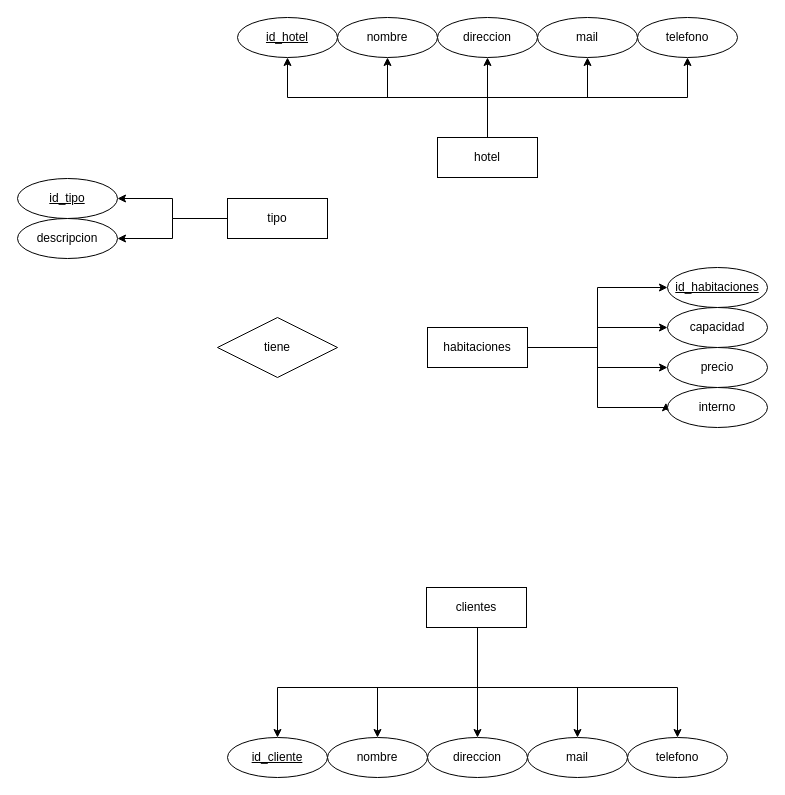
The draw.io diagram page "8" (8 of 11) of Diagrama sin título.drawio in Gerardo-Rioss/informatorio, before the edit. Source tidied: cells renumbered, new cells numbered last; positions are measured from the earlier drawing's top-left corner, leaving out a move shared by most shapes. Both pictures are drawn from the tidied source at 100%, with x=0, y=0 at pixel (17, 17).
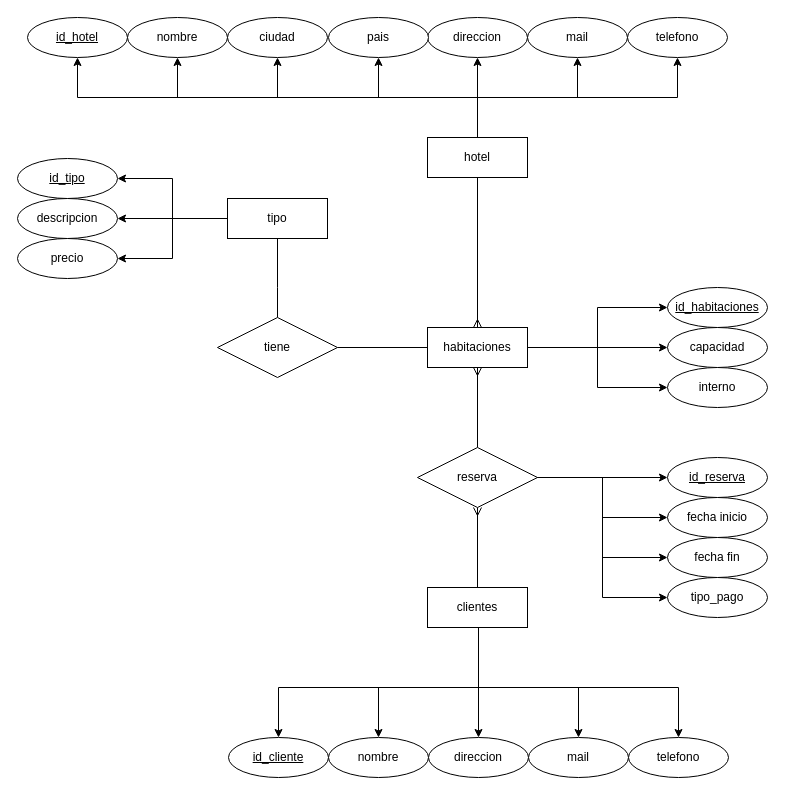
The same diagram, later.

The change refers to these unchanged cells:
```xml
<mxCell id="12" value="habitaciones" style="whiteSpace=wrap;html=1;align=center;" parent="1" vertex="1">
  <mxGeometry x="410" y="310" width="100" height="40" as="geometry" />
</mxCell>
<mxCell id="15" value="tipo" style="whiteSpace=wrap;html=1;align=center;" parent="1" vertex="1">
  <mxGeometry x="210" y="181" width="100" height="40" as="geometry" />
</mxCell>
<mxCell id="38" value="tiene" style="shape=rhombus;perimeter=rhombusPerimeter;whiteSpace=wrap;html=1;align=center;" parent="1" vertex="1">
  <mxGeometry x="200" y="300" width="120" height="60" as="geometry" />
</mxCell>
```

Diff of the diagram source:
```diff
@@
-    <mxCell id="2" style="edgeStyle=orthogonalEdgeStyle;rounded=0;jettySize=auto;html=1;entryX=0.5;entryY=1;entryDx=0;entryDy=0;" parent="1" edge="1" source="7" target="22">
-      <mxGeometry relative="1" as="geometry">
-        <Array as="points">
-          <mxPoint x="470" y="80" />
-          <mxPoint x="270" y="80" />
-        </Array>
-      </mxGeometry>
-    </mxCell>
     <mxCell id="3" style="edgeStyle=orthogonalEdgeStyle;rounded=0;jettySize=auto;html=1;entryX=0.5;entryY=1;entryDx=0;entryDy=0;" parent="1" edge="1" source="7" target="23">
-      <mxGeometry relative="1" as="geometry" />
+      <mxGeometry relative="1" as="geometry">
+        <Array as="points">
+          <mxPoint x="460" y="80" />
+          <mxPoint x="160" y="80" />
+        </Array>
+      </mxGeometry>
     </mxCell>
@@
     <mxCell id="5" style="edgeStyle=orthogonalEdgeStyle;rounded=0;jettySize=auto;html=1;entryX=0.5;entryY=1;entryDx=0;entryDy=0;" parent="1" edge="1" source="7" target="25">
       <mxGeometry relative="1" as="geometry">
         <Array as="points">
-          <mxPoint x="470" y="80" />
-          <mxPoint x="570" y="80" />
+          <mxPoint x="460" y="80" />
+          <mxPoint x="560" y="80" />
         </Array>
       </mxGeometry>
     </mxCell>
     <mxCell id="6" style="edgeStyle=orthogonalEdgeStyle;rounded=0;jettySize=auto;html=1;entryX=0.5;entryY=1;entryDx=0;entryDy=0;" parent="1" edge="1" source="7" target="26">
       <mxGeometry relative="1" as="geometry">
         <Array as="points">
-          <mxPoint x="470" y="80" />
-          <mxPoint x="670" y="80" />
+          <mxPoint x="460" y="80" />
+          <mxPoint x="660" y="80" />
         </Array>
       </mxGeometry>
     </mxCell>
+    <mxCell id="39" style="edgeStyle=orthogonalEdgeStyle;rounded=0;jettySize=auto;html=1;entryX=0.5;entryY=0;entryDx=0;entryDy=0;endArrow=ERmany;endFill=0;" parent="1" edge="1" source="7" target="12">
+      <mxGeometry relative="1" as="geometry" />
+    </mxCell>
+    <mxCell id="2" style="edgeStyle=orthogonalEdgeStyle;rounded=0;jettySize=auto;html=1;entryX=0.5;entryY=1;entryDx=0;entryDy=0;" parent="1" edge="1" source="7" target="22">
+      <mxGeometry relative="1" as="geometry">
+        <Array as="points">
+          <mxPoint x="460" y="80" />
+          <mxPoint x="60" y="80" />
+        </Array>
+      </mxGeometry>
+    </mxCell>
+    <mxCell id="40" style="edgeStyle=orthogonalEdgeStyle;rounded=0;jettySize=auto;html=1;entryX=0.5;entryY=1;entryDx=0;entryDy=0;" parent="1" edge="1" source="7" target="55">
+      <mxGeometry relative="1" as="geometry">
+        <Array as="points">
+          <mxPoint x="460" y="80" />
+          <mxPoint x="260" y="80" />
+        </Array>
+      </mxGeometry>
+    </mxCell>
+    <mxCell id="41" style="edgeStyle=orthogonalEdgeStyle;rounded=0;jettySize=auto;html=1;entryX=0.5;entryY=1;entryDx=0;entryDy=0;" parent="1" edge="1" source="7" target="56">
+      <mxGeometry relative="1" as="geometry" />
+    </mxCell>
     <mxCell id="7" value="hotel" style="whiteSpace=wrap;html=1;align=center;" parent="1" vertex="1">
-      <mxGeometry x="420" y="120" width="100" height="40" as="geometry" />
+      <mxGeometry x="410" y="120" width="100" height="40" as="geometry" />
     </mxCell>
@@
-    <mxCell id="11" style="edgeStyle=orthogonalEdgeStyle;rounded=0;jettySize=auto;html=1;entryX=-0.016;entryY=0.382;entryDx=0;entryDy=0;entryPerimeter=0;" parent="1" edge="1" source="12" target="29">
-      <mxGeometry relative="1" as="geometry">
-        <Array as="points">
-          <mxPoint x="580" y="330" />
-          <mxPoint x="580" y="390" />
-          <mxPoint x="648" y="390" />
-        </Array>
-      </mxGeometry>
-    </mxCell>
+    <mxCell id="42" style="edgeStyle=orthogonalEdgeStyle;rounded=0;jettySize=auto;html=1;entryX=1;entryY=0.5;entryDx=0;entryDy=0;endArrow=none;endFill=0;" parent="1" edge="1" source="12" target="38">
+      <mxGeometry relative="1" as="geometry" />
+    </mxCell>
@@
+    <mxCell id="43" style="edgeStyle=orthogonalEdgeStyle;rounded=0;jettySize=auto;html=1;entryX=1;entryY=0.5;entryDx=0;entryDy=0;" parent="1" edge="1" source="15" target="57">
+      <mxGeometry relative="1" as="geometry" />
+    </mxCell>
@@
     <mxCell id="16" style="edgeStyle=orthogonalEdgeStyle;rounded=0;jettySize=auto;html=1;entryX=0.5;entryY=0;entryDx=0;entryDy=0;" parent="1" edge="1" source="21" target="33">
       <mxGeometry relative="1" as="geometry">
         <Array as="points">
-          <mxPoint x="460" y="670" />
-          <mxPoint x="260" y="670" />
+          <mxPoint x="461" y="670" />
+          <mxPoint x="261" y="670" />
         </Array>
       </mxGeometry>
     </mxCell>
     <mxCell id="17" style="edgeStyle=orthogonalEdgeStyle;rounded=0;jettySize=auto;html=1;entryX=0.5;entryY=0;entryDx=0;entryDy=0;" parent="1" edge="1" source="21" target="34">
       <mxGeometry relative="1" as="geometry">
         <Array as="points">
-          <mxPoint x="460" y="670" />
-          <mxPoint x="360" y="670" />
+          <mxPoint x="461" y="670" />
+          <mxPoint x="361" y="670" />
         </Array>
       </mxGeometry>
     </mxCell>
     <mxCell id="18" style="edgeStyle=orthogonalEdgeStyle;rounded=0;jettySize=auto;html=1;entryX=0.5;entryY=0;entryDx=0;entryDy=0;" parent="1" edge="1" source="21" target="35">
       <mxGeometry relative="1" as="geometry">
         <Array as="points">
-          <mxPoint x="460" y="630" />
-          <mxPoint x="460" y="630" />
+          <mxPoint x="461" y="630" />
+          <mxPoint x="461" y="630" />
         </Array>
       </mxGeometry>
     </mxCell>
     <mxCell id="19" style="edgeStyle=orthogonalEdgeStyle;rounded=0;jettySize=auto;html=1;entryX=0.5;entryY=0;entryDx=0;entryDy=0;" parent="1" edge="1" source="21" target="36">
       <mxGeometry relative="1" as="geometry">
         <Array as="points">
-          <mxPoint x="460" y="670" />
-          <mxPoint x="560" y="670" />
+          <mxPoint x="461" y="670" />
+          <mxPoint x="561" y="670" />
         </Array>
       </mxGeometry>
     </mxCell>
     <mxCell id="20" style="edgeStyle=orthogonalEdgeStyle;rounded=0;jettySize=auto;html=1;entryX=0.5;entryY=0;entryDx=0;entryDy=0;" parent="1" edge="1" source="21" target="37">
       <mxGeometry relative="1" as="geometry">
         <Array as="points">
-          <mxPoint x="460" y="670" />
-          <mxPoint x="660" y="670" />
+          <mxPoint x="461" y="670" />
+          <mxPoint x="661" y="670" />
         </Array>
       </mxGeometry>
     </mxCell>
+    <mxCell id="44" style="edgeStyle=orthogonalEdgeStyle;rounded=0;jettySize=auto;html=1;entryX=0.5;entryY=1;entryDx=0;entryDy=0;endArrow=ERmany;endFill=0;" parent="1" edge="1" source="21" target="51">
+      <mxGeometry relative="1" as="geometry" />
+    </mxCell>
     <mxCell id="21" value="clientes" style="whiteSpace=wrap;html=1;align=center;" parent="1" vertex="1">
-      <mxGeometry x="409" y="570" width="100" height="40" as="geometry" />
+      <mxGeometry x="410" y="570" width="100" height="40" as="geometry" />
     </mxCell>
     <mxCell id="22" value="&lt;u&gt;id_hotel&lt;/u&gt;" style="ellipse;whiteSpace=wrap;html=1;align=center;" parent="1" vertex="1">
-      <mxGeometry x="220" width="100" height="40" as="geometry" />
+      <mxGeometry x="10" width="100" height="40" as="geometry" />
     </mxCell>
     <mxCell id="23" value="nombre" style="ellipse;whiteSpace=wrap;html=1;align=center;" parent="1" vertex="1">
-      <mxGeometry x="320" width="100" height="40" as="geometry" />
+      <mxGeometry x="110" width="100" height="40" as="geometry" />
     </mxCell>
     <mxCell id="24" value="direccion" style="ellipse;whiteSpace=wrap;html=1;align=center;" parent="1" vertex="1">
-      <mxGeometry x="420" width="100" height="40" as="geometry" />
+      <mxGeometry x="410" width="100" height="40" as="geometry" />
     </mxCell>
     <mxCell id="25" value="mail" style="ellipse;whiteSpace=wrap;html=1;align=center;" parent="1" vertex="1">
-      <mxGeometry x="520" width="100" height="40" as="geometry" />
+      <mxGeometry x="510" width="100" height="40" as="geometry" />
     </mxCell>
     <mxCell id="26" value="&lt;div&gt;telefono&lt;/div&gt;" style="ellipse;whiteSpace=wrap;html=1;align=center;" parent="1" vertex="1">
-      <mxGeometry x="620" width="100" height="40" as="geometry" />
+      <mxGeometry x="610" width="100" height="40" as="geometry" />
     </mxCell>
     <mxCell id="27" value="&lt;u&gt;id_habitaciones&lt;/u&gt;" style="ellipse;whiteSpace=wrap;html=1;align=center;" parent="1" vertex="1">
-      <mxGeometry x="650" y="250" width="100" height="40" as="geometry" />
+      <mxGeometry x="650" y="270" width="100" height="40" as="geometry" />
     </mxCell>
-    <mxCell id="28" value="precio" style="ellipse;whiteSpace=wrap;html=1;align=center;" parent="1" vertex="1">
-      <mxGeometry x="650" y="330" width="100" height="40" as="geometry" />
+    <mxCell id="28" value="interno" style="ellipse;whiteSpace=wrap;html=1;align=center;" parent="1" vertex="1">
+      <mxGeometry x="650" y="350" width="100" height="40" as="geometry" />
     </mxCell>
-    <mxCell id="29" value="interno" style="ellipse;whiteSpace=wrap;html=1;align=center;" parent="1" vertex="1">
-      <mxGeometry x="650" y="370" width="100" height="40" as="geometry" />
-    </mxCell>
     <mxCell id="30" value="&lt;u&gt;id_tipo&lt;/u&gt;" style="ellipse;whiteSpace=wrap;html=1;align=center;" parent="1" vertex="1">
-      <mxGeometry y="161" width="100" height="40" as="geometry" />
+      <mxGeometry y="141" width="100" height="40" as="geometry" />
     </mxCell>
     <mxCell id="31" value="descripcion" style="ellipse;whiteSpace=wrap;html=1;align=center;" parent="1" vertex="1">
-      <mxGeometry y="201" width="100" height="40" as="geometry" />
+      <mxGeometry y="181" width="100" height="40" as="geometry" />
     </mxCell>
     <mxCell id="32" value="capacidad" style="ellipse;whiteSpace=wrap;html=1;align=center;" parent="1" vertex="1">
-      <mxGeometry x="650" y="290" width="100" height="40" as="geometry" />
+      <mxGeometry x="650" y="310" width="100" height="40" as="geometry" />
     </mxCell>
     <mxCell id="33" value="&lt;u&gt;id_cliente&lt;/u&gt;" style="ellipse;whiteSpace=wrap;html=1;align=center;" parent="1" vertex="1">
-      <mxGeometry x="210" y="720" width="100" height="40" as="geometry" />
+      <mxGeometry x="211" y="720" width="100" height="40" as="geometry" />
     </mxCell>
     <mxCell id="34" value="nombre" style="ellipse;whiteSpace=wrap;html=1;align=center;" parent="1" vertex="1">
-      <mxGeometry x="310" y="720" width="100" height="40" as="geometry" />
+      <mxGeometry x="311" y="720" width="100" height="40" as="geometry" />
     </mxCell>
     <mxCell id="35" value="direccion" style="ellipse;whiteSpace=wrap;html=1;align=center;" parent="1" vertex="1">
-      <mxGeometry x="410" y="720" width="100" height="40" as="geometry" />
+      <mxGeometry x="411" y="720" width="100" height="40" as="geometry" />
     </mxCell>
     <mxCell id="36" value="mail" style="ellipse;whiteSpace=wrap;html=1;align=center;" parent="1" vertex="1">
-      <mxGeometry x="510" y="720" width="100" height="40" as="geometry" />
+      <mxGeometry x="511" y="720" width="100" height="40" as="geometry" />
     </mxCell>
     <mxCell id="37" value="telefono" style="ellipse;whiteSpace=wrap;html=1;align=center;" parent="1" vertex="1">
-      <mxGeometry x="610" y="720" width="100" height="40" as="geometry" />
+      <mxGeometry x="611" y="720" width="100" height="40" as="geometry" />
     </mxCell>
+    <mxCell id="45" style="edgeStyle=orthogonalEdgeStyle;rounded=0;jettySize=auto;html=1;entryX=0.5;entryY=1;entryDx=0;entryDy=0;endArrow=none;endFill=0;" parent="1" edge="1" source="38" target="15">
+      <mxGeometry relative="1" as="geometry">
+        <Array as="points">
+          <mxPoint x="260" y="270" />
+          <mxPoint x="260" y="270" />
+        </Array>
+      </mxGeometry>
+    </mxCell>
@@
+    <mxCell id="46" style="edgeStyle=orthogonalEdgeStyle;rounded=0;jettySize=auto;html=1;entryX=0.5;entryY=1;entryDx=0;entryDy=0;endArrow=ERmany;endFill=0;" parent="1" edge="1" source="51" target="12">
+      <mxGeometry relative="1" as="geometry" />
+    </mxCell>
+    <mxCell id="47" style="edgeStyle=orthogonalEdgeStyle;rounded=0;jettySize=auto;html=1;entryX=0;entryY=0.5;entryDx=0;entryDy=0;" parent="1" edge="1" source="51" target="52">
+      <mxGeometry relative="1" as="geometry" />
+    </mxCell>
+    <mxCell id="48" style="edgeStyle=orthogonalEdgeStyle;rounded=0;jettySize=auto;html=1;entryX=0;entryY=0.5;entryDx=0;entryDy=0;" parent="1" edge="1" source="51" target="53">
+      <mxGeometry relative="1" as="geometry" />
+    </mxCell>
+    <mxCell id="49" style="edgeStyle=orthogonalEdgeStyle;rounded=0;jettySize=auto;html=1;entryX=0;entryY=0.5;entryDx=0;entryDy=0;" parent="1" edge="1" source="51" target="54">
+      <mxGeometry relative="1" as="geometry" />
+    </mxCell>
+    <mxCell id="50" style="edgeStyle=orthogonalEdgeStyle;rounded=0;jettySize=auto;html=1;entryX=0;entryY=0.5;entryDx=0;entryDy=0;" parent="1" edge="1" source="51" target="58">
+      <mxGeometry relative="1" as="geometry" />
+    </mxCell>
+    <mxCell id="51" value="reserva" style="shape=rhombus;perimeter=rhombusPerimeter;whiteSpace=wrap;html=1;align=center;" parent="1" vertex="1">
+      <mxGeometry x="400" y="430" width="120" height="60" as="geometry" />
+    </mxCell>
+    <mxCell id="52" value="id_reserva" style="ellipse;whiteSpace=wrap;html=1;align=center;fontStyle=4;" parent="1" vertex="1">
+      <mxGeometry x="650" y="440" width="100" height="40" as="geometry" />
+    </mxCell>
+    <mxCell id="53" value="fecha inicio" style="ellipse;whiteSpace=wrap;html=1;align=center;" parent="1" vertex="1">
+      <mxGeometry x="650" y="480" width="100" height="40" as="geometry" />
+    </mxCell>
+    <mxCell id="54" value="fecha fin" style="ellipse;whiteSpace=wrap;html=1;align=center;" parent="1" vertex="1">
+      <mxGeometry x="650" y="520" width="100" height="40" as="geometry" />
+    </mxCell>
+    <mxCell id="55" value="ciudad" style="ellipse;whiteSpace=wrap;html=1;align=center;" parent="1" vertex="1">
+      <mxGeometry x="210" width="100" height="40" as="geometry" />
+    </mxCell>
+    <mxCell id="56" value="pais" style="ellipse;whiteSpace=wrap;html=1;align=center;" parent="1" vertex="1">
+      <mxGeometry x="311" width="100" height="40" as="geometry" />
+    </mxCell>
+    <mxCell id="57" value="precio" style="ellipse;whiteSpace=wrap;html=1;align=center;" parent="1" vertex="1">
+      <mxGeometry y="221" width="100" height="40" as="geometry" />
+    </mxCell>
+    <mxCell id="58" value="tipo_pago" style="ellipse;whiteSpace=wrap;html=1;align=center;" parent="1" vertex="1">
+      <mxGeometry x="650" y="560" width="100" height="40" as="geometry" />
+    </mxCell>
```
